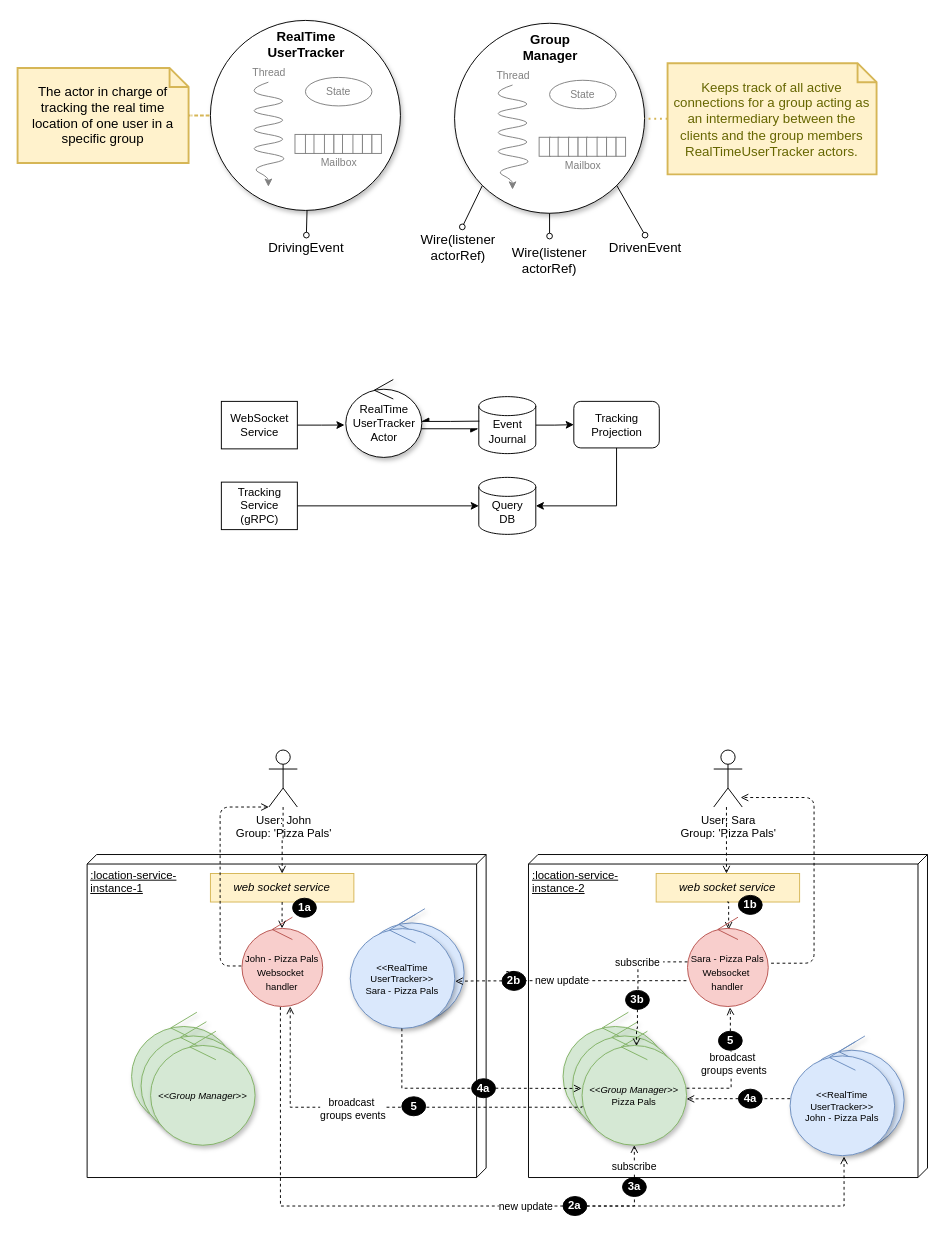
Before: page "LS-sharding" (4 of 6) of content/schemas/architecture.drawio in position-pal/Documentation, a draw.io diagram. Source tidied: cells renumbered, new cells numbered last; positions are measured from the earlier drawing's top-left corner, leaving out a move shared by most shapes. Both pictures are drawn from the tidied source at 95%, with x=0, y=0 at pixel (17, 20).
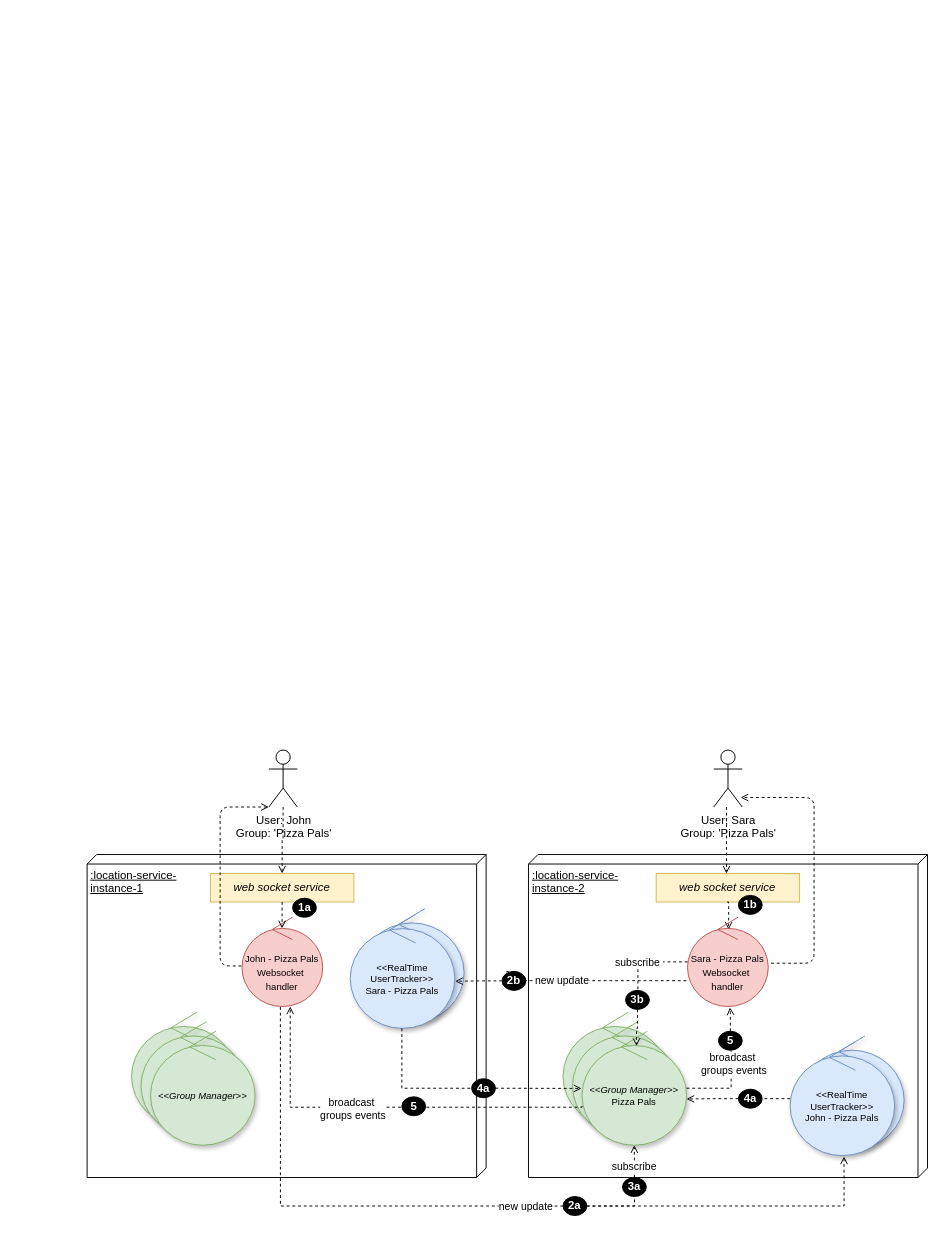
The same diagram, later.

Commit message (it also covers changes not shown here):
Init implementation of location service

What changed in the source:
```diff
@@
-    <mxCell id="2" style="edgeStyle=none;rounded=0;jettySize=auto;html=1;exitX=0.369;exitY=0.98;exitDx=0;exitDy=0;fontSize=15;fontColor=#000000;endArrow=oval;endFill=0;strokeColor=#000000;exitPerimeter=0;entryX=0.5;entryY=0;entryDx=0;entryDy=0;" parent="1" edge="1" target="19">
-      <mxGeometry relative="1" as="geometry">
-        <mxPoint x="304.8" y="196" as="sourcePoint" />
-      </mxGeometry>
-    </mxCell>
-    <mxCell id="3" style="ellipse;whiteSpace=wrap;html=1;shadow=1;sketch=0;" parent="1" vertex="1">
-      <mxGeometry x="203" width="200" height="200" as="geometry" />
-    </mxCell>
-    <mxCell id="4" style="curved=1;endArrow=classic;html=1;rounded=0;fontColor=#808080;strokeColor=#808080;" parent="1" edge="1">
-      <mxGeometry relative="1" as="geometry">
-        <mxPoint x="264" y="65" as="sourcePoint" />
-        <mxPoint x="264" y="175" as="targetPoint" />
-        <Array as="points">
-          <mxPoint x="264" y="65" />
-          <mxPoint x="234" y="75" />
-          <mxPoint x="294" y="85" />
-          <mxPoint x="234" y="95" />
-          <mxPoint x="294" y="105" />
-          <mxPoint x="234" y="115" />
-          <mxPoint x="294" y="125" />
-          <mxPoint x="234" y="135" />
-          <mxPoint x="294" y="145" />
-          <mxPoint x="244" y="155" />
-          <mxPoint x="264" y="165" />
-        </Array>
-      </mxGeometry>
-    </mxCell>
-    <mxCell id="5" value="&lt;font style=&quot;font-size: 11px;&quot;&gt;Thread&lt;/font&gt;" style="text;html=1;strokeColor=none;fillColor=none;align=center;verticalAlign=middle;whiteSpace=wrap;rounded=0;shadow=1;fontColor=#808080;" parent="1" vertex="1">
-      <mxGeometry x="240" y="45" width="50" height="20" as="geometry" />
-    </mxCell>
-    <mxCell id="6" value="&lt;font style=&quot;font-size: 11px;&quot;&gt;State&lt;/font&gt;" style="ellipse;whiteSpace=wrap;html=1;shadow=0;fontColor=#808080;strokeColor=#808080;" parent="1" vertex="1">
-      <mxGeometry x="303" y="60" width="70" height="30" as="geometry" />
-    </mxCell>
-    <mxCell id="7" value="&lt;font style=&quot;font-size: 11px;&quot;&gt;Mailbox&lt;/font&gt;" style="text;html=1;strokeColor=none;fillColor=none;align=center;verticalAlign=middle;whiteSpace=wrap;rounded=0;shadow=0;fontColor=#808080;" parent="1" vertex="1">
-      <mxGeometry x="293" y="140" width="91" height="20" as="geometry" />
-    </mxCell>
-    <mxCell id="8" style="group;" parent="1" vertex="1">
-      <mxGeometry x="292" y="120" width="91" height="20" as="geometry" />
-    </mxCell>
-    <mxCell id="9" style="rounded=0;whiteSpace=wrap;html=1;shadow=0;fontColor=#808080;strokeColor=#808080;" parent="8" vertex="1">
-      <mxGeometry width="12" height="20" as="geometry" />
-    </mxCell>
-    <mxCell id="10" style="rounded=0;whiteSpace=wrap;html=1;shadow=0;fontColor=#808080;strokeColor=#808080;" parent="8" vertex="1">
-      <mxGeometry x="11" width="10" height="20" as="geometry" />
-    </mxCell>
-    <mxCell id="11" style="rounded=0;whiteSpace=wrap;html=1;shadow=0;fontColor=#808080;strokeColor=#808080;" parent="8" vertex="1">
-      <mxGeometry x="20" width="12" height="20" as="geometry" />
-    </mxCell>
-    <mxCell id="12" style="rounded=0;whiteSpace=wrap;html=1;shadow=0;fontColor=#808080;strokeColor=#808080;" parent="8" vertex="1">
-      <mxGeometry x="31" width="10" height="20" as="geometry" />
-    </mxCell>
-    <mxCell id="13" style="rounded=0;whiteSpace=wrap;html=1;shadow=0;fontColor=#808080;strokeColor=#808080;" parent="8" vertex="1">
-      <mxGeometry x="41" width="10" height="20" as="geometry" />
-    </mxCell>
-    <mxCell id="14" style="rounded=0;whiteSpace=wrap;html=1;shadow=0;fontColor=#808080;strokeColor=#808080;" parent="8" vertex="1">
-      <mxGeometry x="50" width="12" height="20" as="geometry" />
-    </mxCell>
-    <mxCell id="15" style="rounded=0;whiteSpace=wrap;html=1;shadow=0;strokeColor=#808080;" parent="8" vertex="1">
-      <mxGeometry x="61" width="10" height="20" as="geometry" />
-    </mxCell>
-    <mxCell id="16" style="rounded=0;whiteSpace=wrap;html=1;shadow=0;fontColor=#808080;strokeColor=#808080;" parent="8" vertex="1">
-      <mxGeometry x="71" width="10" height="20" as="geometry" />
-    </mxCell>
-    <mxCell id="17" style="rounded=0;whiteSpace=wrap;html=1;shadow=0;fontColor=#808080;strokeColor=#808080;" parent="8" vertex="1">
-      <mxGeometry x="81" width="10" height="20" as="geometry" />
-    </mxCell>
-    <mxCell id="18" value="&lt;font style=&quot;font-size: 14px;&quot; color=&quot;#000000&quot;&gt;&lt;b style=&quot;&quot;&gt;RealTime&lt;/b&gt;&lt;/font&gt;&lt;div style=&quot;font-size: 14px;&quot;&gt;&lt;font style=&quot;font-size: 14px;&quot; color=&quot;#000000&quot;&gt;&lt;b style=&quot;&quot;&gt;UserTracker&lt;/b&gt;&lt;/font&gt;&lt;/div&gt;" style="text;html=1;strokeColor=none;fillColor=none;align=center;verticalAlign=middle;whiteSpace=wrap;rounded=0;shadow=0;fontColor=#808080;" parent="1" vertex="1">
-      <mxGeometry x="274" y="10" width="60" height="30" as="geometry" />
-    </mxCell>
-    <mxCell id="19" value="&lt;font style=&quot;font-size: 14px;&quot;&gt;DrivingEvent&lt;br&gt;&lt;/font&gt;" style="text;html=1;strokeColor=none;fillColor=none;align=center;verticalAlign=middle;whiteSpace=wrap;rounded=0;shadow=0;" parent="1" vertex="1">
-      <mxGeometry x="259" y="226" width="90" height="26" as="geometry" />
-    </mxCell>
-    <mxCell id="20" style="edgeStyle=none;rounded=0;jettySize=auto;html=1;exitX=0;exitY=1;exitDx=0;exitDy=0;fontSize=15;fontColor=#000000;endArrow=oval;endFill=0;strokeColor=#000000;entryX=0.546;entryY=0.029;entryDx=0;entryDy=0;entryPerimeter=0;" parent="1" edge="1" source="21" target="42">
-      <mxGeometry relative="1" as="geometry" />
-    </mxCell>
-    <mxCell id="21" style="ellipse;whiteSpace=wrap;html=1;shadow=1;sketch=0;" parent="1" vertex="1">
-      <mxGeometry x="460" y="3" width="200" height="200" as="geometry" />
-    </mxCell>
-    <mxCell id="22" style="curved=1;endArrow=classic;html=1;rounded=0;fontColor=#808080;strokeColor=#808080;" parent="1" edge="1">
-      <mxGeometry relative="1" as="geometry">
-        <mxPoint x="521" y="68" as="sourcePoint" />
-        <mxPoint x="521" y="178" as="targetPoint" />
-        <Array as="points">
-          <mxPoint x="521" y="68" />
-          <mxPoint x="491" y="78" />
-          <mxPoint x="551" y="88" />
-          <mxPoint x="491" y="98" />
-          <mxPoint x="551" y="108" />
-          <mxPoint x="491" y="118" />
-          <mxPoint x="551" y="128" />
-          <mxPoint x="491" y="138" />
-          <mxPoint x="551" y="148" />
-          <mxPoint x="501" y="158" />
-          <mxPoint x="521" y="168" />
-        </Array>
-      </mxGeometry>
-    </mxCell>
-    <mxCell id="23" value="&lt;font style=&quot;font-size: 11px;&quot;&gt;Thread&lt;/font&gt;" style="text;html=1;strokeColor=none;fillColor=none;align=center;verticalAlign=middle;whiteSpace=wrap;rounded=0;shadow=1;fontColor=#808080;" parent="1" vertex="1">
-      <mxGeometry x="497" y="48" width="50" height="20" as="geometry" />
-    </mxCell>
-    <mxCell id="24" value="&lt;font style=&quot;font-size: 11px;&quot;&gt;State&lt;/font&gt;" style="ellipse;whiteSpace=wrap;html=1;shadow=0;fontColor=#808080;strokeColor=#808080;" parent="1" vertex="1">
-      <mxGeometry x="560" y="63" width="70" height="30" as="geometry" />
-    </mxCell>
-    <mxCell id="25" value="&lt;font style=&quot;font-size: 11px;&quot;&gt;Mailbox&lt;/font&gt;" style="text;html=1;strokeColor=none;fillColor=none;align=center;verticalAlign=middle;whiteSpace=wrap;rounded=0;shadow=0;fontColor=#808080;" parent="1" vertex="1">
-      <mxGeometry x="550" y="143" width="91" height="20" as="geometry" />
-    </mxCell>
-    <mxCell id="26" style="group;" parent="1" vertex="1">
-      <mxGeometry x="549" y="123" width="91" height="20" as="geometry" />
-    </mxCell>
-    <mxCell id="27" style="rounded=0;whiteSpace=wrap;html=1;shadow=0;fontColor=#808080;strokeColor=#808080;" parent="26" vertex="1">
-      <mxGeometry width="12" height="20" as="geometry" />
-    </mxCell>
-    <mxCell id="28" style="rounded=0;whiteSpace=wrap;html=1;shadow=0;fontColor=#808080;strokeColor=#808080;" parent="26" vertex="1">
-      <mxGeometry x="11" width="10" height="20" as="geometry" />
-    </mxCell>
-    <mxCell id="29" style="rounded=0;whiteSpace=wrap;html=1;shadow=0;fontColor=#808080;strokeColor=#808080;" parent="26" vertex="1">
-      <mxGeometry x="20" width="12" height="20" as="geometry" />
-    </mxCell>
-    <mxCell id="30" style="rounded=0;whiteSpace=wrap;html=1;shadow=0;fontColor=#808080;strokeColor=#808080;" parent="26" vertex="1">
-      <mxGeometry x="31" width="10" height="20" as="geometry" />
-    </mxCell>
-    <mxCell id="31" style="rounded=0;whiteSpace=wrap;html=1;shadow=0;fontColor=#808080;strokeColor=#808080;" parent="26" vertex="1">
-      <mxGeometry x="41" width="10" height="20" as="geometry" />
-    </mxCell>
-    <mxCell id="32" style="rounded=0;whiteSpace=wrap;html=1;shadow=0;fontColor=#808080;strokeColor=#808080;" parent="26" vertex="1">
-      <mxGeometry x="50" width="12" height="20" as="geometry" />
-    </mxCell>
-    <mxCell id="33" style="rounded=0;whiteSpace=wrap;html=1;shadow=0;strokeColor=#808080;" parent="26" vertex="1">
-      <mxGeometry x="61" width="10" height="20" as="geometry" />
-    </mxCell>
-    <mxCell id="34" style="rounded=0;whiteSpace=wrap;html=1;shadow=0;fontColor=#808080;strokeColor=#808080;" parent="26" vertex="1">
-      <mxGeometry x="71" width="10" height="20" as="geometry" />
-    </mxCell>
-    <mxCell id="35" style="rounded=0;whiteSpace=wrap;html=1;shadow=0;fontColor=#808080;strokeColor=#808080;" parent="26" vertex="1">
-      <mxGeometry x="81" width="10" height="20" as="geometry" />
-    </mxCell>
-    <mxCell id="36" value="&lt;font color=&quot;#000000&quot;&gt;&lt;span style=&quot;font-size: 14px;&quot;&gt;&lt;b&gt;Group&lt;/b&gt;&lt;/span&gt;&lt;/font&gt;&lt;div&gt;&lt;font color=&quot;#000000&quot;&gt;&lt;span style=&quot;font-size: 14px;&quot;&gt;&lt;b&gt;Manager&lt;/b&gt;&lt;/span&gt;&lt;/font&gt;&lt;/div&gt;" style="text;html=1;strokeColor=none;fillColor=none;align=center;verticalAlign=middle;whiteSpace=wrap;rounded=0;shadow=0;fontColor=#808080;" parent="1" vertex="1">
-      <mxGeometry x="531" y="13" width="60" height="30" as="geometry" />
-    </mxCell>
-    <mxCell id="37" style="edgeStyle=none;rounded=0;jettySize=auto;html=1;fontSize=15;fontColor=#000000;endArrow=oval;endFill=0;strokeColor=#000000;exitX=0.5;exitY=1;exitDx=0;exitDy=0;entryX=0.5;entryY=0;entryDx=0;entryDy=0;" parent="1" edge="1" source="21" target="43">
-      <mxGeometry relative="1" as="geometry" />
-    </mxCell>
@@
-    <mxCell id="40" style="edgeStyle=orthogonalEdgeStyle;rounded=0;jettySize=auto;html=1;entryX=0;entryY=0.5;entryDx=0;entryDy=0;fillColor=#fff2cc;strokeColor=#d6b656;dashed=1;strokeWidth=2;endArrow=none;endFill=0;dashPattern=1 2;" parent="1" edge="1" source="41" target="3">
-      <mxGeometry relative="1" as="geometry" />
-    </mxCell>
-    <mxCell id="41" value="The actor in charge of tracking the real time location of one user in a specific group" style="shape=note;strokeWidth=2;fontSize=14;size=20;whiteSpace=wrap;html=1;fillColor=#fff2cc;strokeColor=#d6b656;" parent="1" vertex="1">
-      <mxGeometry y="50" width="180" height="100" as="geometry" />
-    </mxCell>
-    <mxCell id="42" value="&lt;font style=&quot;font-size: 14px;&quot;&gt;Wire(listener actorRef)&lt;br&gt;&lt;/font&gt;" style="text;html=1;strokeColor=none;fillColor=none;align=center;verticalAlign=middle;whiteSpace=wrap;rounded=0;shadow=0;" parent="1" vertex="1">
-      <mxGeometry x="419" y="216" width="90" height="46" as="geometry" />
-    </mxCell>
-    <mxCell id="43" value="&lt;font style=&quot;font-size: 14px;&quot;&gt;Wire(listener actorRef)&lt;br&gt;&lt;/font&gt;" style="text;html=1;strokeColor=none;fillColor=none;align=center;verticalAlign=middle;whiteSpace=wrap;rounded=0;shadow=0;" parent="1" vertex="1">
-      <mxGeometry x="515" y="227" width="90" height="50" as="geometry" />
-    </mxCell>
-    <mxCell id="44" style="edgeStyle=none;rounded=0;jettySize=auto;html=1;fontSize=15;fontColor=#000000;endArrow=oval;endFill=0;strokeColor=#000000;exitX=1;exitY=1;exitDx=0;exitDy=0;entryX=0.5;entryY=0;entryDx=0;entryDy=0;" parent="1" edge="1" source="21" target="45">
-      <mxGeometry relative="1" as="geometry" />
-    </mxCell>
-    <mxCell id="45" value="&lt;font style=&quot;font-size: 14px;&quot;&gt;DrivenEvent&lt;br&gt;&lt;/font&gt;" style="text;html=1;strokeColor=none;fillColor=none;align=center;verticalAlign=middle;whiteSpace=wrap;rounded=0;shadow=0;" parent="1" vertex="1">
-      <mxGeometry x="615.5" y="226" width="90" height="26" as="geometry" />
-    </mxCell>
-    <mxCell id="46" style="edgeStyle=orthogonalEdgeStyle;rounded=0;jettySize=auto;html=1;entryX=1;entryY=0.5;entryDx=0;entryDy=0;endArrow=none;endFill=0;dashed=1;fillColor=#fff2cc;strokeColor=#d6b656;strokeWidth=2;dashPattern=1 2;" parent="1" edge="1" source="47" target="21">
-      <mxGeometry relative="1" as="geometry" />
-    </mxCell>
-    <mxCell id="47" value="Keeps track of all active connections for a group acting as an intermediary between the clients and the group members RealTimeUserTracker actors." style="shape=note;strokeWidth=2;fontSize=14;size=20;whiteSpace=wrap;html=1;fillColor=#fff2cc;strokeColor=#d6b656;fontColor=#666600;" parent="1" vertex="1">
-      <mxGeometry x="684.2" y="45" width="220" height="117" as="geometry" />
-    </mxCell>
-    <mxCell id="48" style="edgeStyle=orthogonalEdgeStyle;rounded=0;jettySize=auto;html=1;exitX=1;exitY=0.5;exitDx=0;exitDy=0;exitPerimeter=0;entryX=0;entryY=0.5;entryDx=0;entryDy=0;" parent="1" edge="1" source="49" target="50">
-      <mxGeometry relative="1" as="geometry" />
-    </mxCell>
-    <mxCell id="49" value="&lt;div&gt;&lt;br&gt;&lt;/div&gt;Event&lt;div&gt;Journal&lt;/div&gt;" style="strokeWidth=1;html=1;shape=mxgraph.flowchart.database;whiteSpace=wrap;" parent="1" vertex="1">
-      <mxGeometry x="485.5" y="396" width="60" height="60" as="geometry" />
-    </mxCell>
-    <mxCell id="50" value="Tracking&lt;div&gt;Projection&lt;/div&gt;" style="rounded=1;whiteSpace=wrap;html=1;" parent="1" vertex="1">
-      <mxGeometry x="585.5" y="401" width="90" height="49" as="geometry" />
-    </mxCell>
-    <mxCell id="51" style="edgeStyle=orthogonalEdgeStyle;rounded=0;jettySize=auto;html=1;exitX=-0.007;exitY=0.564;exitDx=0;exitDy=0;endArrow=none;endFill=0;exitPerimeter=0;entryX=0.992;entryY=0.632;entryDx=0;entryDy=0;startArrow=async;startFill=1;entryPerimeter=0;" parent="1" edge="1" source="49" target="54">
-      <mxGeometry relative="1" as="geometry" />
-    </mxCell>
-    <mxCell id="52" style="edgeStyle=orthogonalEdgeStyle;rounded=0;jettySize=auto;html=1;exitX=0.992;exitY=0.538;exitDx=0;exitDy=0;endArrow=none;endFill=0;exitPerimeter=0;entryX=0.01;entryY=0.43;entryDx=0;entryDy=0;entryPerimeter=0;startArrow=async;startFill=1;" parent="1" edge="1" source="54" target="49">
-      <mxGeometry relative="1" as="geometry" />
-    </mxCell>
-    <mxCell id="53" value="WebSocket&lt;div&gt;Service&lt;/div&gt;" style="rounded=0;whiteSpace=wrap;html=1;" parent="1" vertex="1">
-      <mxGeometry x="214.5" y="401" width="80" height="50" as="geometry" />
-    </mxCell>
-    <mxCell id="54" value="RealTime&lt;div&gt;UserTracker&lt;/div&gt;&lt;div&gt;Actor&lt;/div&gt;" style="ellipse;shape=umlControl;whiteSpace=wrap;html=1;shadow=1;" parent="1" vertex="1">
-      <mxGeometry x="345.5" y="378" width="80" height="82" as="geometry" />
-    </mxCell>
-    <mxCell id="55" value="Tracking&lt;div&gt;Service&lt;/div&gt;&lt;div&gt;(gRPC)&lt;/div&gt;" style="rounded=0;whiteSpace=wrap;html=1;" parent="1" vertex="1">
-      <mxGeometry x="214.5" y="486" width="80" height="50" as="geometry" />
-    </mxCell>
-    <mxCell id="56" value="&lt;div&gt;&lt;br&gt;&lt;/div&gt;Query&lt;div&gt;DB&lt;/div&gt;" style="strokeWidth=1;html=1;shape=mxgraph.flowchart.database;whiteSpace=wrap;" parent="1" vertex="1">
-      <mxGeometry x="485.5" y="481" width="60" height="60" as="geometry" />
-    </mxCell>
-    <mxCell id="57" style="edgeStyle=orthogonalEdgeStyle;rounded=0;jettySize=auto;html=1;exitX=0.5;exitY=1;exitDx=0;exitDy=0;entryX=1;entryY=0.5;entryDx=0;entryDy=0;entryPerimeter=0;" parent="1" edge="1" source="50" target="56">
-      <mxGeometry relative="1" as="geometry" />
-    </mxCell>
-    <mxCell id="58" style="edgeStyle=orthogonalEdgeStyle;rounded=0;jettySize=auto;html=1;exitX=1;exitY=0.5;exitDx=0;exitDy=0;entryX=-0.017;entryY=0.584;entryDx=0;entryDy=0;entryPerimeter=0;" parent="1" edge="1" source="53" target="54">
-      <mxGeometry relative="1" as="geometry" />
-    </mxCell>
-    <mxCell id="59" style="edgeStyle=orthogonalEdgeStyle;rounded=0;jettySize=auto;html=1;exitX=1;exitY=0.5;exitDx=0;exitDy=0;entryX=0;entryY=0.5;entryDx=0;entryDy=0;entryPerimeter=0;" parent="1" edge="1" source="55" target="56">
-      <mxGeometry relative="1" as="geometry" />
-    </mxCell>
```
